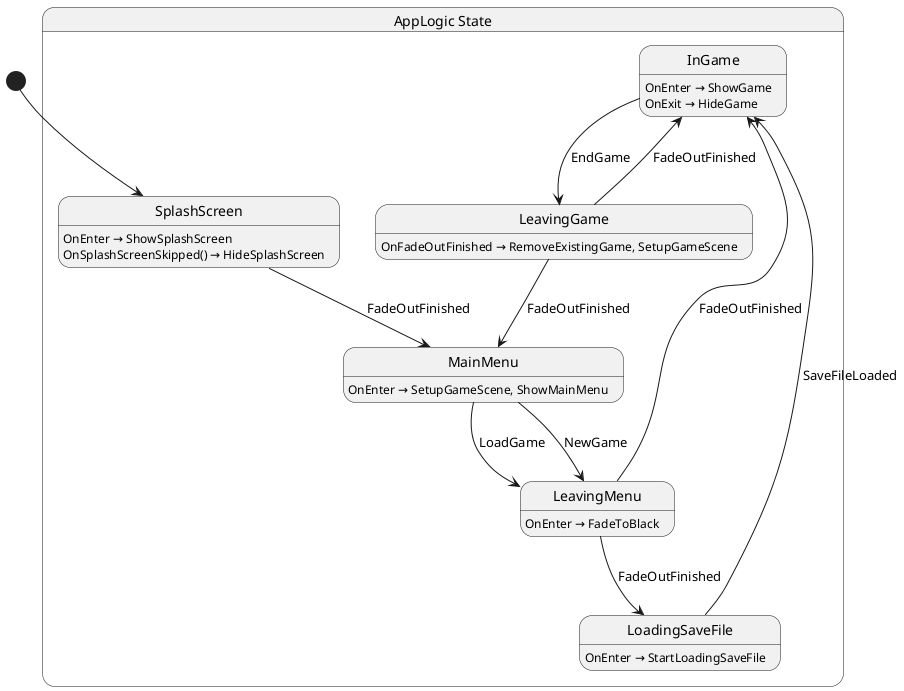
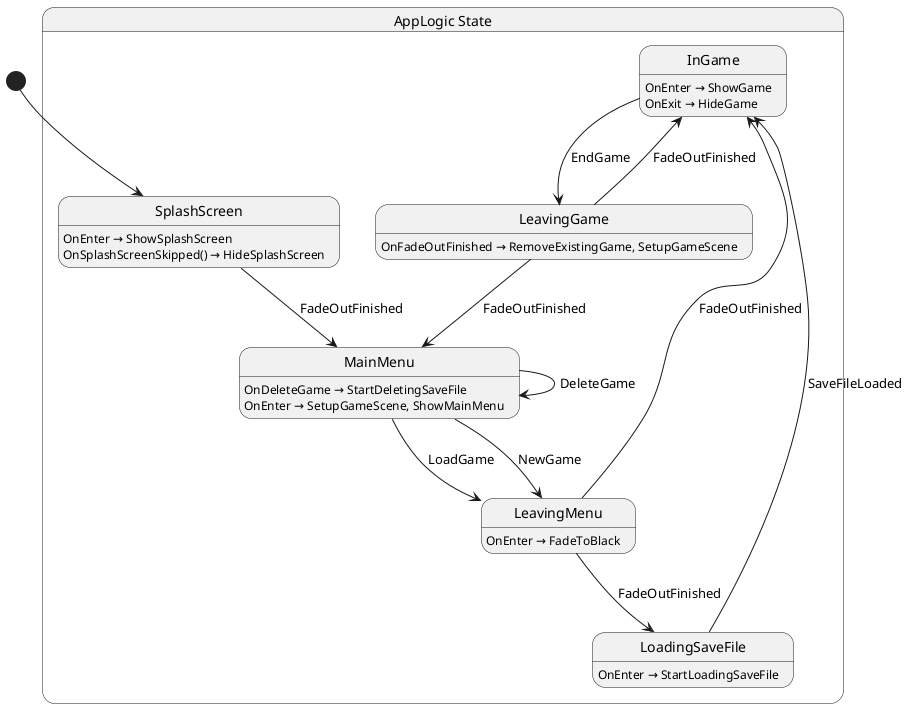
@startuml AppLogic
state "AppLogic State" as GameDemo_AppLogic_State {
  state "InGame" as GameDemo_AppLogic_State_InGame
  state "LeavingGame" as GameDemo_AppLogic_State_LeavingGame
  state "LeavingMenu" as GameDemo_AppLogic_State_LeavingMenu
  state "LoadingSaveFile" as GameDemo_AppLogic_State_LoadingSaveFile
  state "MainMenu" as GameDemo_AppLogic_State_MainMenu
  state "SplashScreen" as GameDemo_AppLogic_State_SplashScreen
}

GameDemo_AppLogic_State_InGame --> GameDemo_AppLogic_State_LeavingGame : EndGame
GameDemo_AppLogic_State_LeavingGame --> GameDemo_AppLogic_State_InGame : FadeOutFinished
GameDemo_AppLogic_State_LeavingGame --> GameDemo_AppLogic_State_MainMenu : FadeOutFinished
GameDemo_AppLogic_State_LeavingMenu --> GameDemo_AppLogic_State_InGame : FadeOutFinished
GameDemo_AppLogic_State_LeavingMenu --> GameDemo_AppLogic_State_LoadingSaveFile : FadeOutFinished
GameDemo_AppLogic_State_LoadingSaveFile --> GameDemo_AppLogic_State_InGame : SaveFileLoaded
GameDemo_AppLogic_State_MainMenu --> GameDemo_AppLogic_State_LeavingMenu : LoadGame
GameDemo_AppLogic_State_MainMenu --> GameDemo_AppLogic_State_LeavingMenu : NewGame
+ GameDemo_AppLogic_State_MainMenu --> GameDemo_AppLogic_State_MainMenu : DeleteGame
GameDemo_AppLogic_State_SplashScreen --> GameDemo_AppLogic_State_MainMenu : FadeOutFinished

GameDemo_AppLogic_State_InGame : OnEnter → ShowGame
GameDemo_AppLogic_State_InGame : OnExit → HideGame
GameDemo_AppLogic_State_LeavingGame : OnFadeOutFinished → RemoveExistingGame, SetupGameScene
GameDemo_AppLogic_State_LeavingMenu : OnEnter → FadeToBlack
GameDemo_AppLogic_State_LoadingSaveFile : OnEnter → StartLoadingSaveFile
+ GameDemo_AppLogic_State_MainMenu : OnDeleteGame → StartDeletingSaveFile
GameDemo_AppLogic_State_MainMenu : OnEnter → SetupGameScene, ShowMainMenu
GameDemo_AppLogic_State_SplashScreen : OnEnter → ShowSplashScreen
GameDemo_AppLogic_State_SplashScreen : OnSplashScreenSkipped() → HideSplashScreen

[*] --> GameDemo_AppLogic_State_SplashScreen
@enduml